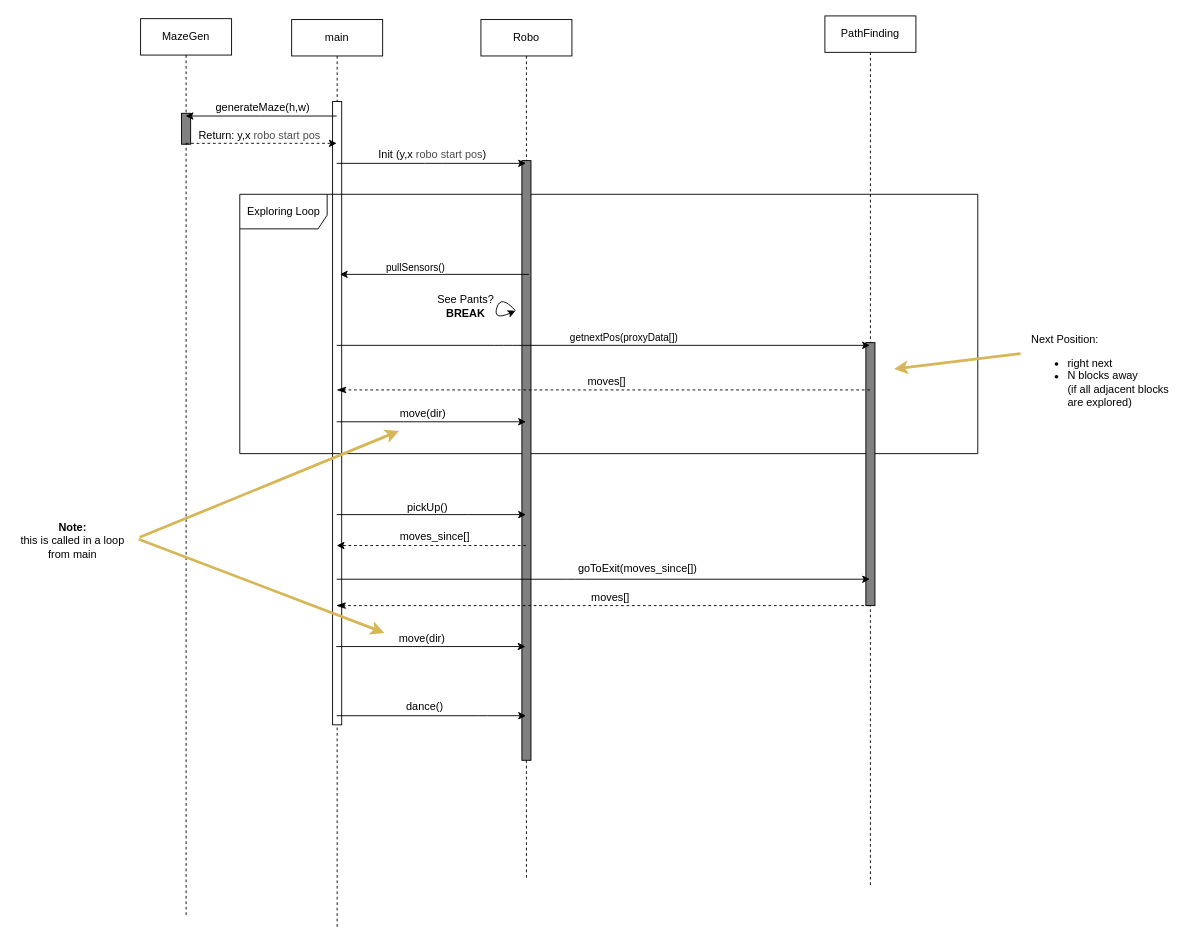
Earlier version of the draw.io diagram page "Page-1" (1 of 2) of Documentation/Sequence Diagram.drawio (martinklamrowski/project-blue-jeans). Source tidied: cells renumbered, new cells numbered last; positions are measured from the earlier drawing's top-left corner, leaving out a move shared by most shapes. Both pictures are drawn from the tidied source at 91%, with x=0, y=0 at pixel (15, 15).
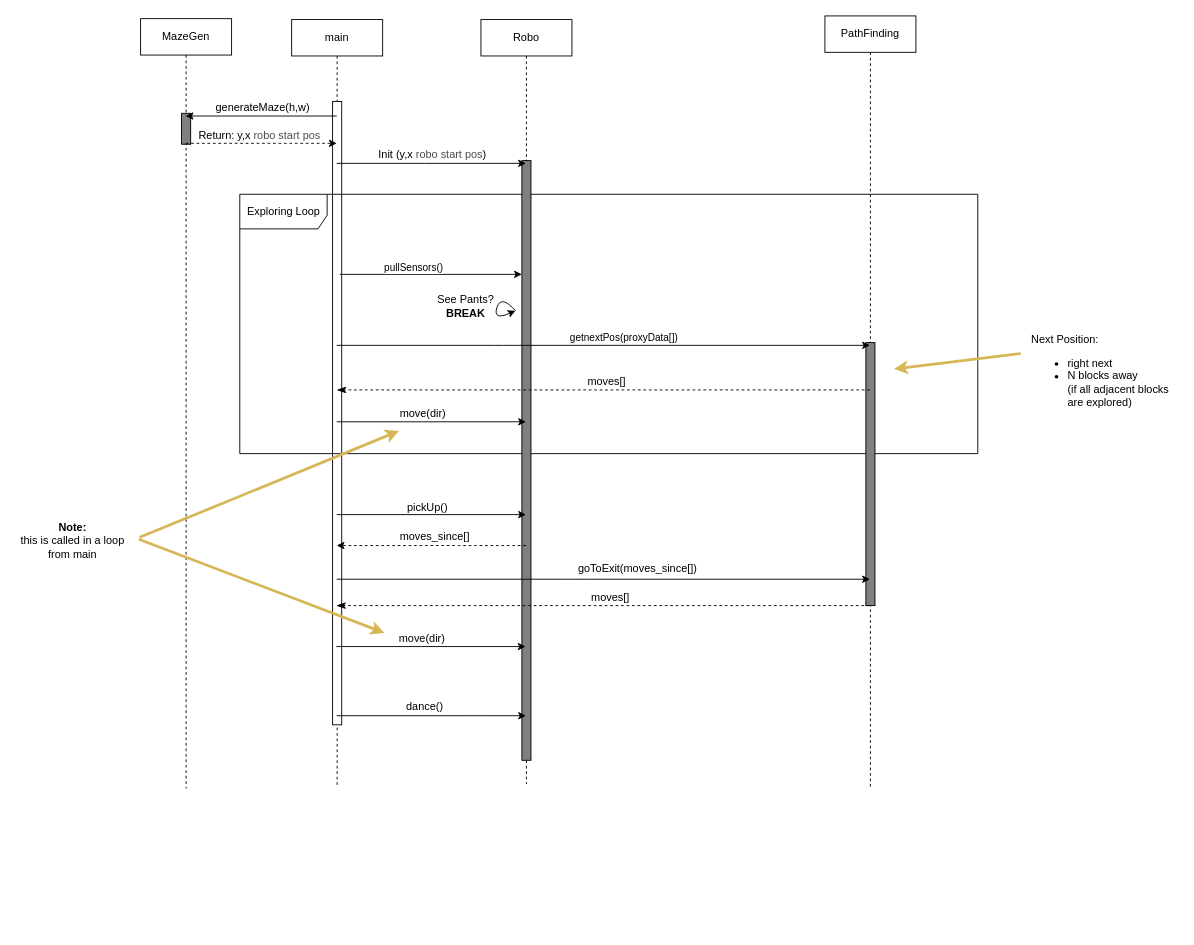
After the change.

The change refers to these unchanged cells:
```xml
<mxCell id="6" style="html=1;points=[];perimeter=orthogonalPerimeter;fillColor=#808080;" parent="5" vertex="1">
  <mxGeometry x="45" y="155" width="10" height="659" as="geometry" />
</mxCell>
```

The edit, as a diff of the source:
```diff
@@
     <mxCell id="2" value="main" style="shape=umlLifeline;perimeter=lifelinePerimeter;whiteSpace=wrap;html=1;outlineConnect=0;" parent="1" vertex="1">
-      <mxGeometry x="303" y="4" width="100" height="999" as="geometry" />
+      <mxGeometry x="303" y="4" width="100" height="842" as="geometry" />
     </mxCell>
@@
     <mxCell id="5" value="Robo" style="shape=umlLifeline;perimeter=lifelinePerimeter;whiteSpace=wrap;html=1;outlineConnect=0;" parent="1" vertex="1">
-      <mxGeometry x="511" y="4" width="100" height="944" as="geometry" />
+      <mxGeometry x="511" y="4" width="100" height="840" as="geometry" />
     </mxCell>
@@
     <mxCell id="7" value="PathFinding" style="shape=umlLifeline;perimeter=lifelinePerimeter;whiteSpace=wrap;html=1;outlineConnect=0;" parent="1" vertex="1">
-      <mxGeometry x="889" width="100" height="958" as="geometry" />
+      <mxGeometry x="889" width="100" height="847" as="geometry" />
     </mxCell>
@@
-    <mxCell id="13" style="endArrow=classic;html=1;" parent="1" edge="1">
+    <mxCell id="13" style="endArrow=none;html=1;endFill=0;startArrow=classic;startFill=1;" parent="1" edge="1" source="6">
       <mxGeometry relative="1" as="geometry">
-        <mxPoint x="563.8" y="284" as="sourcePoint" />
         <mxPoint x="356" y="284" as="targetPoint" />
       </mxGeometry>
     </mxCell>
@@
     <mxCell id="19" value="MazeGen" style="shape=umlLifeline;perimeter=lifelinePerimeter;whiteSpace=wrap;html=1;outlineConnect=0;" parent="1" vertex="1">
-      <mxGeometry x="137" y="3" width="100" height="985" as="geometry" />
+      <mxGeometry x="137" y="3" width="100" height="846" as="geometry" />
     </mxCell>
```
